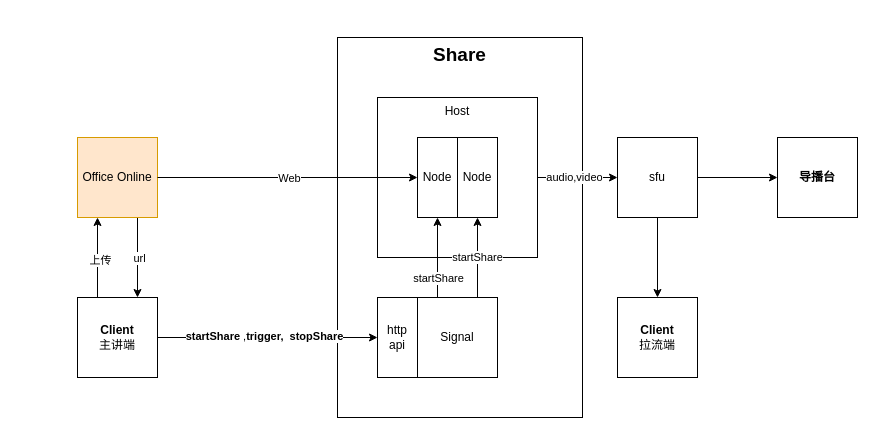
The draw.io diagram page "Page-6" (6 of 6) of Diagram3.drawio in craterone/imgs, before the edit. Source tidied: cells renumbered, new cells numbered last; positions are measured from the earlier drawing's top-left corner, leaving out a move shared by most shapes. Both pictures are drawn from the tidied source at 100%, with x=0, y=0 at pixel (77, 37).
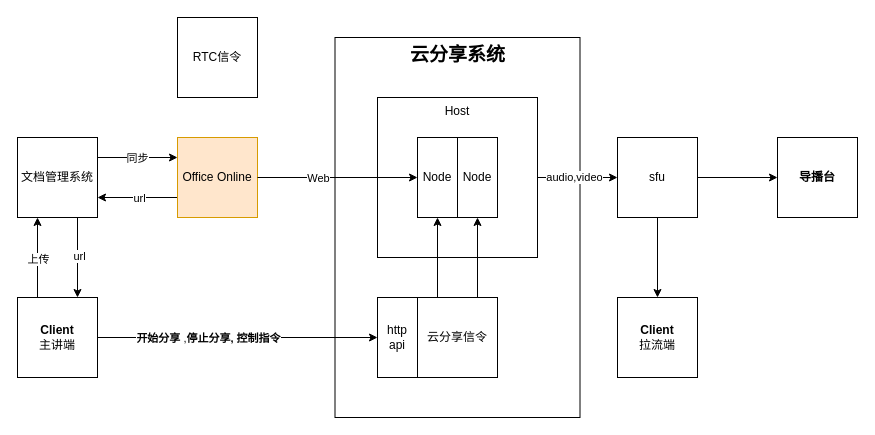
After the change.

Unchanged cells that the change refers to:
```xml
<mxCell id="7" style="edgeStyle=orthogonalEdgeStyle;rounded=0;jettySize=auto;html=1;entryX=0;entryY=0.5;entryDx=0;entryDy=0;" parent="1" edge="1" source="9" target="24">
  <mxGeometry relative="1" as="geometry" />
</mxCell>
<mxCell id="18" style="edgeStyle=orthogonalEdgeStyle;rounded=0;jettySize=auto;html=1;exitX=0.5;exitY=1;exitDx=0;exitDy=0;entryX=0.25;entryY=0;entryDx=0;entryDy=0;endArrow=none;endFill=0;startArrow=classic;startFill=1;" parent="1" edge="1" source="20" target="22">
  <mxGeometry relative="1" as="geometry" />
</mxCell>
<mxCell id="23" value="Node" style="rounded=0;whiteSpace=wrap;html=1;" parent="1" vertex="1">
  <mxGeometry x="380" y="100" width="40" height="80" as="geometry" />
</mxCell>
<mxCell id="25" style="edgeStyle=orthogonalEdgeStyle;rounded=0;jettySize=auto;html=1;entryX=0;entryY=0.5;entryDx=0;entryDy=0;startArrow=none;startFill=0;endArrow=classic;endFill=1;" parent="1" edge="1" source="12" target="20">
  <mxGeometry relative="1" as="geometry" />
</mxCell>
```

Diff of the diagram source:
```diff
@@
-    <mxCell id="2" value="&lt;b&gt;&lt;font style=&quot;font-size: 19px;&quot;&gt;Share&lt;/font&gt;&lt;/b&gt;" style="rounded=0;whiteSpace=wrap;html=1;verticalAlign=top;" parent="1" vertex="1">
-      <mxGeometry x="260" width="245" height="380" as="geometry" />
+    <mxCell id="2" value="&lt;span style=&quot;font-size: 19px;&quot;&gt;&lt;b&gt;云分享系统&lt;/b&gt;&lt;/span&gt;" style="rounded=0;whiteSpace=wrap;html=1;verticalAlign=top;" parent="1" vertex="1">
+      <mxGeometry x="257.5" width="245" height="380" as="geometry" />
     </mxCell>
@@
-    <mxCell id="5" style="edgeStyle=orthogonalEdgeStyle;rounded=0;jettySize=auto;html=1;entryX=0.25;entryY=1;entryDx=0;entryDy=0;exitX=0.25;exitY=0;exitDx=0;exitDy=0;" parent="1" edge="1" source="9" target="12">
-      <mxGeometry relative="1" as="geometry" />
-    </mxCell>
-    <mxCell id="6" value="上传" style="edgeLabel;html=1;align=center;verticalAlign=middle;" parent="5" vertex="1">
-      <mxGeometry x="-0.05" y="-1" relative="1" as="geometry">
-        <mxPoint x="1" as="offset" />
-      </mxGeometry>
-    </mxCell>
@@
-    <mxCell id="8" value="&lt;b&gt;startShare&lt;/b&gt;&amp;nbsp;,&lt;b&gt;trigger,&amp;nbsp; stopShare&lt;/b&gt;" style="edgeLabel;html=1;align=center;verticalAlign=middle;" parent="7" vertex="1">
-      <mxGeometry x="-0.04" y="2" relative="1" as="geometry" />
+    <mxCell id="8" value="&lt;b&gt;开始分享&lt;/b&gt;&amp;nbsp;,&lt;b&gt;停止分享, 控制指令&lt;/b&gt;" style="edgeLabel;html=1;align=center;verticalAlign=middle;" parent="7" vertex="1">
+      <mxGeometry x="-0.04" y="2" relative="1" as="geometry">
+        <mxPoint x="-24" y="2" as="offset" />
+      </mxGeometry>
     </mxCell>
+    <mxCell id="28" style="edgeStyle=orthogonalEdgeStyle;rounded=0;jettySize=auto;html=1;exitX=0.25;exitY=0;exitDx=0;exitDy=0;entryX=0.25;entryY=1;entryDx=0;entryDy=0;" parent="1" edge="1" source="9" target="35">
+      <mxGeometry relative="1" as="geometry" />
+    </mxCell>
+    <mxCell id="6" value="上传" style="edgeLabel;html=1;align=center;verticalAlign=middle;" parent="28" vertex="1">
+      <mxGeometry x="-0.03" y="1" relative="1" as="geometry">
+        <mxPoint x="1" as="offset" />
+      </mxGeometry>
+    </mxCell>
     <mxCell id="9" value="&lt;b&gt;Client&lt;/b&gt;&lt;br&gt;主讲端" style="rounded=0;whiteSpace=wrap;html=1;" parent="1" vertex="1">
-      <mxGeometry y="260" width="80" height="80" as="geometry" />
+      <mxGeometry x="-60" y="260" width="80" height="80" as="geometry" />
     </mxCell>
-    <mxCell id="10" style="edgeStyle=orthogonalEdgeStyle;rounded=0;jettySize=auto;html=1;exitX=0.75;exitY=1;exitDx=0;exitDy=0;entryX=0.75;entryY=0;entryDx=0;entryDy=0;" parent="1" edge="1" source="12" target="9">
-      <mxGeometry relative="1" as="geometry" />
-    </mxCell>
-    <mxCell id="11" value="url" style="edgeLabel;html=1;align=center;verticalAlign=middle;" parent="10" vertex="1">
-      <mxGeometry y="1" relative="1" as="geometry" />
-    </mxCell>
+    <mxCell id="29" style="edgeStyle=orthogonalEdgeStyle;rounded=0;jettySize=auto;html=1;exitX=0;exitY=0.75;exitDx=0;exitDy=0;entryX=1;entryY=0.75;entryDx=0;entryDy=0;" parent="1" edge="1" source="12" target="35">
+      <mxGeometry relative="1" as="geometry" />
+    </mxCell>
+    <mxCell id="30" value="url" style="edgeLabel;html=1;align=center;verticalAlign=middle;" parent="29" vertex="1">
+      <mxGeometry x="-0.01" relative="1" as="geometry">
+        <mxPoint x="1" as="offset" />
+      </mxGeometry>
+    </mxCell>
     <mxCell id="12" value="Office Online" style="rounded=0;whiteSpace=wrap;html=1;fillColor=#ffe6cc;strokeColor=#d79b00;" parent="1" vertex="1">
-      <mxGeometry y="100" width="80" height="80" as="geometry" />
+      <mxGeometry x="100" y="100" width="80" height="80" as="geometry" />
     </mxCell>
@@
-    <mxCell id="19" value="startShare" style="edgeLabel;html=1;align=center;verticalAlign=middle;" parent="18" vertex="1">
-      <mxGeometry x="0.4" y="2" relative="1" as="geometry">
-        <mxPoint x="-2" y="4" as="offset" />
-      </mxGeometry>
-    </mxCell>
@@
-    <mxCell id="21" value="startShare" style="edgeStyle=orthogonalEdgeStyle;rounded=0;jettySize=auto;html=1;exitX=0.75;exitY=0;exitDx=0;exitDy=0;startArrow=none;startFill=0;endArrow=classic;endFill=1;" parent="1" edge="1" source="22" target="23">
-      <mxGeometry relative="1" as="geometry" />
+    <mxCell id="21" style="edgeStyle=orthogonalEdgeStyle;rounded=0;jettySize=auto;html=1;exitX=0.75;exitY=0;exitDx=0;exitDy=0;startArrow=none;startFill=0;endArrow=classic;endFill=1;" parent="1" edge="1" source="22" target="23">
+      <mxGeometry x="-0.5" y="-10" relative="1" as="geometry" />
     </mxCell>
-    <mxCell id="22" value="Signal" style="rounded=0;whiteSpace=wrap;html=1;" parent="1" vertex="1">
+    <mxCell id="22" value="云分享信令" style="rounded=0;whiteSpace=wrap;html=1;" parent="1" vertex="1">
       <mxGeometry x="340" y="260" width="80" height="80" as="geometry" />
     </mxCell>
@@
     <mxCell id="26" value="Web" style="edgeLabel;html=1;align=center;verticalAlign=middle;" parent="25" vertex="1">
       <mxGeometry x="0.01" y="-1" relative="1" as="geometry">
-        <mxPoint y="-1" as="offset" />
+        <mxPoint x="-21" y="-1" as="offset" />
       </mxGeometry>
     </mxCell>
@@
+    <mxCell id="31" style="edgeStyle=orthogonalEdgeStyle;rounded=0;jettySize=auto;html=1;exitX=1;exitY=0.25;exitDx=0;exitDy=0;entryX=0;entryY=0.25;entryDx=0;entryDy=0;" parent="1" edge="1" source="35" target="12">
+      <mxGeometry relative="1" as="geometry" />
+    </mxCell>
+    <mxCell id="32" value="同步" style="edgeLabel;html=1;align=center;verticalAlign=middle;" parent="31" vertex="1">
+      <mxGeometry x="-0.09" y="3" relative="1" as="geometry">
+        <mxPoint x="3" y="3" as="offset" />
+      </mxGeometry>
+    </mxCell>
+    <mxCell id="33" style="edgeStyle=orthogonalEdgeStyle;rounded=0;jettySize=auto;html=1;exitX=0.75;exitY=1;exitDx=0;exitDy=0;entryX=0.75;entryY=0;entryDx=0;entryDy=0;" parent="1" edge="1" source="35" target="9">
+      <mxGeometry relative="1" as="geometry" />
+    </mxCell>
+    <mxCell id="34" value="url" style="edgeLabel;html=1;align=center;verticalAlign=middle;" parent="33" vertex="1">
+      <mxGeometry x="-0.05" y="1" relative="1" as="geometry" />
+    </mxCell>
+    <mxCell id="35" value="文档管理系统" style="whiteSpace=wrap;html=1;" parent="1" vertex="1">
+      <mxGeometry x="-60" y="100" width="80" height="80" as="geometry" />
+    </mxCell>
+    <mxCell id="36" value="RTC信令" style="whiteSpace=wrap;html=1;" parent="1" vertex="1">
+      <mxGeometry x="100" y="-20" width="80" height="80" as="geometry" />
+    </mxCell>
```
